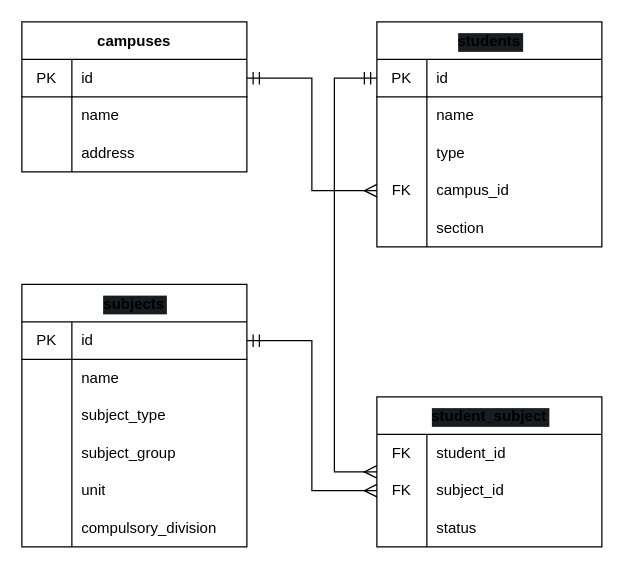
The draw.io diagram drawio/database.drawio in RYOTA-F/globis-sql-dojo, before the edit. Source tidied: cells renumbered, new cells numbered last; positions are measured from the earlier drawing's top-left corner, leaving out a move shared by most shapes. Both pictures are drawn from the tidied source at 125%, with x=0, y=0 at pixel (21, 21).
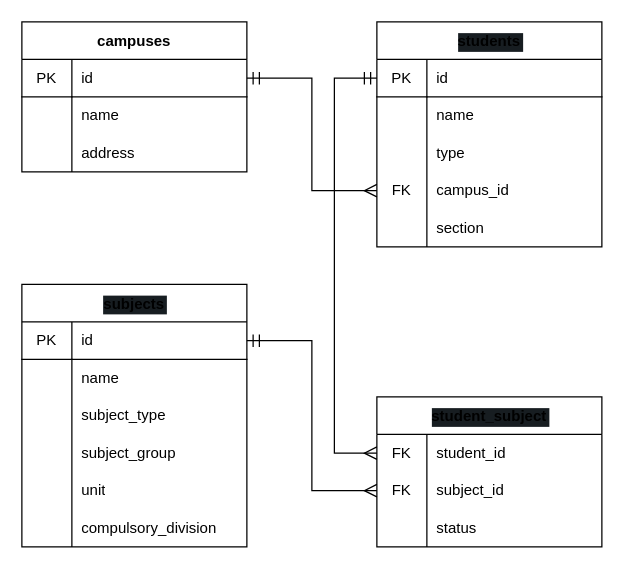
The same diagram, later.

The change refers to these unchanged cells:
```xml
<mxCell id="13" style="shape=tableRow;horizontal=0;startSize=0;swimlaneHead=0;swimlaneBody=0;top=0;left=0;bottom=0;right=0;fillColor=none;points=[[0,0.5],[1,0.5]];portConstraint=eastwest;" parent="12" vertex="1">
  <mxGeometry y="30" width="180" height="30" as="geometry" />
</mxCell>
<mxCell id="48" value="student_subject" style="shape=table;startSize=30;childLayout=tableLayout;rowLines=0;fontStyle=1;labelBackgroundColor=#171d21;" parent="1" vertex="1">
  <mxGeometry x="284" y="300" width="180" height="120" as="geometry" />
</mxCell>
<mxCell id="49" style="shape=tableRow;horizontal=0;startSize=0;swimlaneHead=0;swimlaneBody=0;top=0;left=0;bottom=0;right=0;fillColor=none;points=[[0,0.5],[1,0.5]];portConstraint=eastwest;" parent="48" vertex="1">
  <mxGeometry y="30" width="180" height="30" as="geometry" />
</mxCell>
```

Diff of the diagram source:
```diff
@@
-    <mxCell id="58" style="edgeStyle=elbowEdgeStyle;endArrow=ERmany;html=1;rounded=0;endSize=8;startSize=8;exitX=0;exitY=0.5;exitDx=0;exitDy=0;entryX=0;entryY=0.5;entryDx=0;entryDy=0;endFill=0;startArrow=ERmandOne;startFill=0;" parent="1" edge="1" source="13" target="48">
+    <mxCell id="58" style="edgeStyle=elbowEdgeStyle;endArrow=ERmany;html=1;rounded=0;endSize=8;startSize=8;exitX=0;exitY=0.5;exitDx=0;exitDy=0;endFill=0;startArrow=ERmandOne;startFill=0;entryX=0;entryY=0.5;entryDx=0;entryDy=0;" parent="1" edge="1" source="13" target="49">
       <mxGeometry relative="1" as="geometry">
         <Array as="points">
           <mxPoint x="250" y="150" />
         </Array>
       </mxGeometry>
     </mxCell>
```
